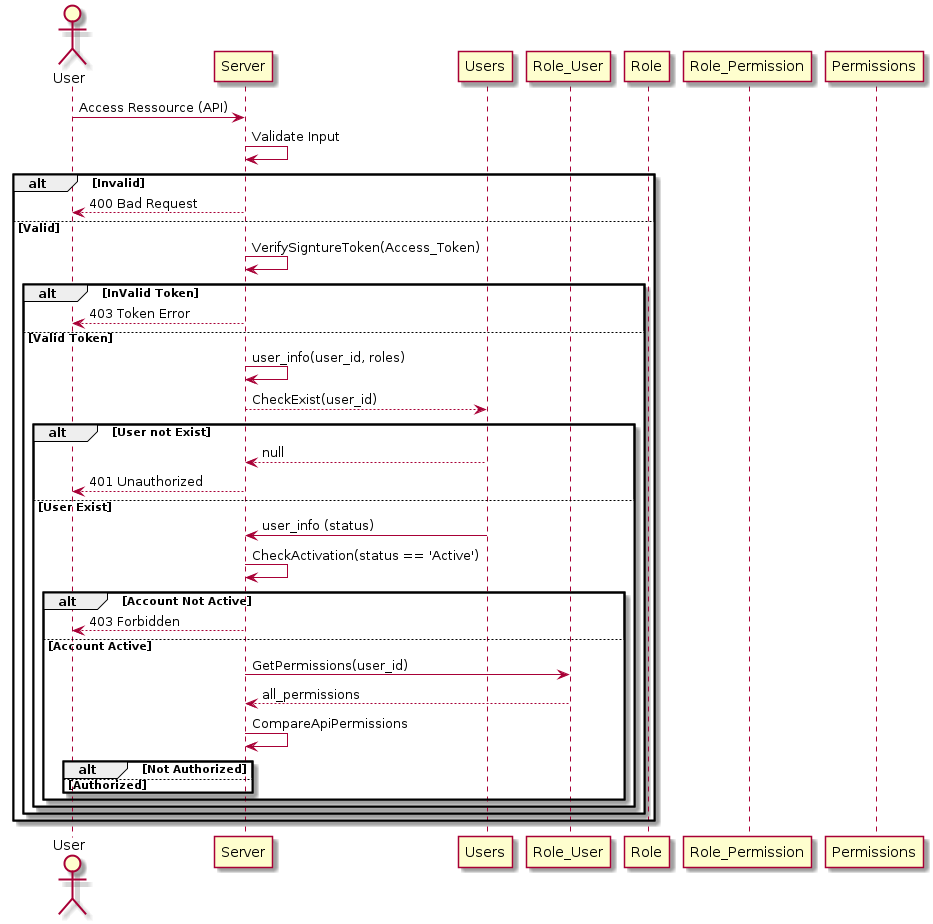
Before: Doc_Stu/Diagrams/Sequence/auth/access resource/access_api.png, a diagram exported from PlantUML (AbdelazizBenallou/Quickattend). Source of this version:
```plantuml
@startuml
actor User as user

participant "Server" as server
participant "Users" as users
participant "Role_User" as role_user
participant "Role" as role
participant "Role_Permission" as role_permission
participant "Permissions" as permissions

user -> server: Access Ressource (API)
server -> server: Validate Input

alt Invalid
    server --> user: 400 Bad Request
else Valid
    server -> server: VerifySigntureToken(Access_Token)

    alt InValid Token
        server --> user: 403 Token Error
    else Valid Token
        server -> server: user_info(user_id, roles)
        server --> users: CheckExist(user_id)
        alt User not Exist
            users --> server: null
            server --> user: 401 Unauthorized
        else User Exist
            users -> server: user_info (status)
            server -> server: CheckActivation(status == 'Active')

            alt Account Not Active
                server --> user: 403 Forbidden
            else Account Active
                server -> role_user: GetPermissions(user_id)
                role_user --> server: all_permissions
                server -> server: CompareApiPermissions
                alt Not Authorized

                else Authorized

                end

            end

        end
    end
end


@enduml
```
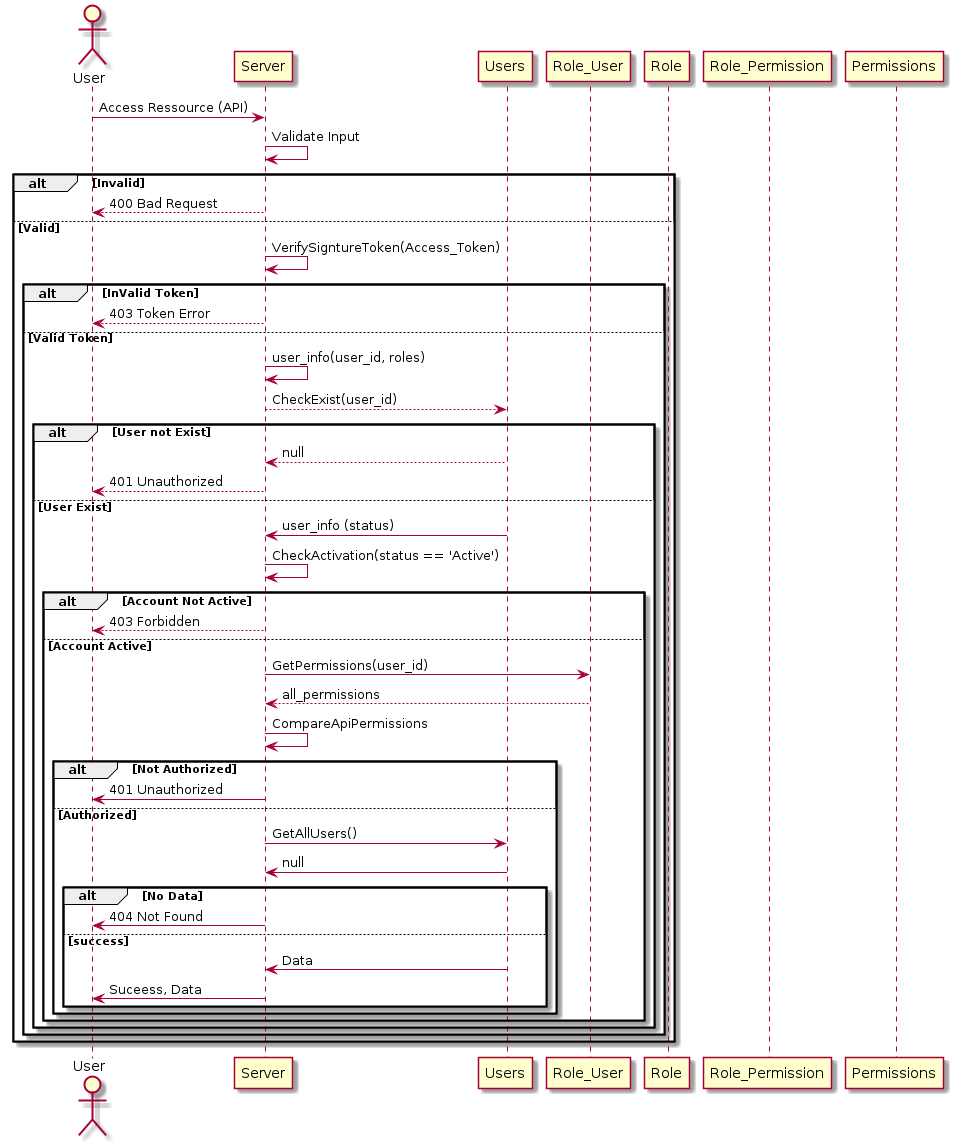
The same file after the commit.

Diff of the diagram source:
```diff
@@ -35,9 +35,16 @@
                 role_user --> server: all_permissions
                 server -> server: CompareApiPermissions
                 alt Not Authorized
-
+                server -> user: 401 Unauthorized
                 else Authorized
-
+                server -> users: GetAllUsers()
+                users -> server: null
+                    alt No Data
+                        server -> user: 404 Not Found
+                    else success
+                        users -> server: Data
+                        server -> user: Suceess, Data
+                    end
                 end
 
             end
```
